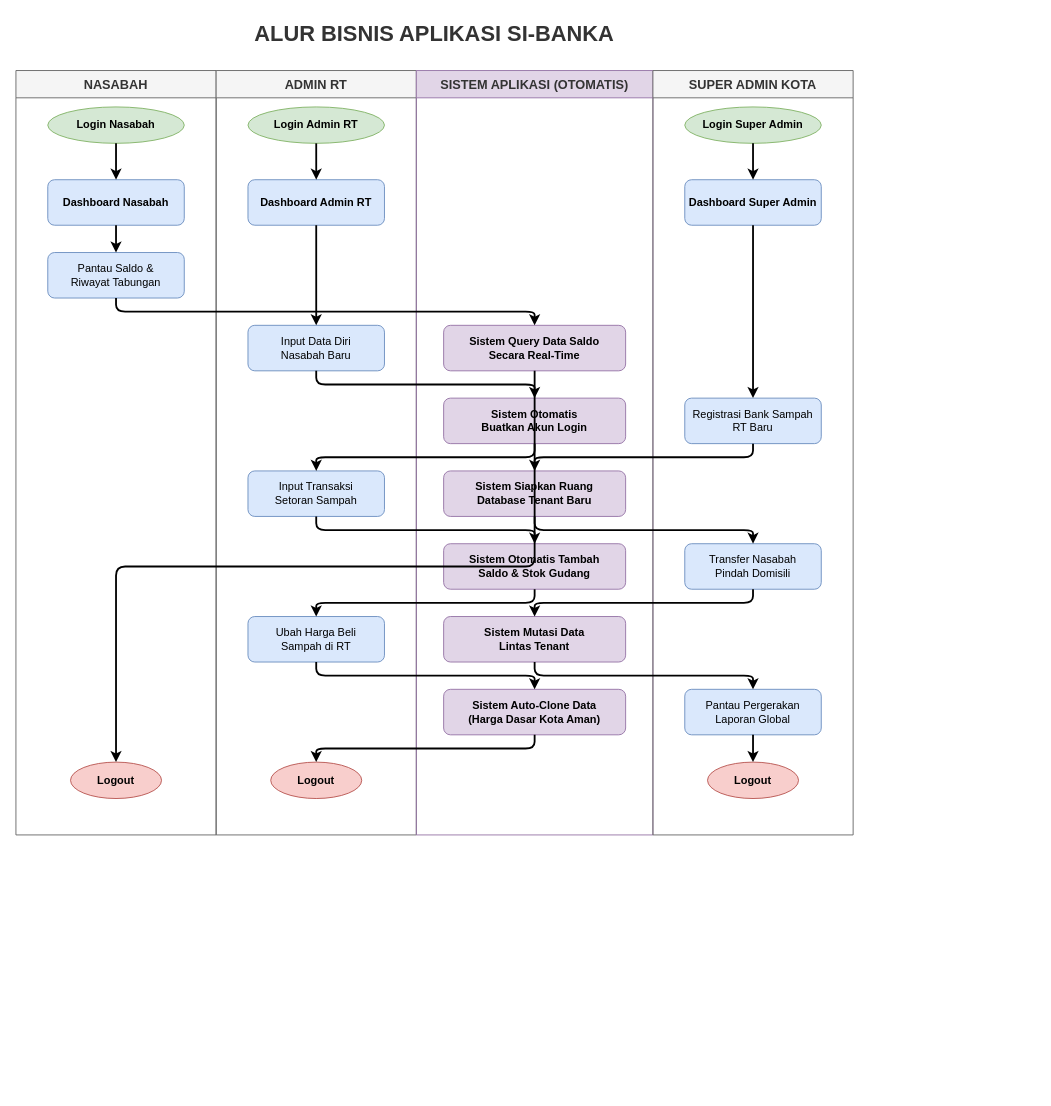
Before: si-banka-app-final/docs/swimlane/09_presentasi_high_level.drawio in GUSTIAN-VICKY/SI-BANKA, a draw.io diagram. Source tidied: cells renumbered, new cells numbered last; positions are measured from the earlier drawing's top-left corner, leaving out a move shared by most shapes. Both pictures are drawn from the tidied source at 91%, with x=0, y=0 at pixel (15, 15).
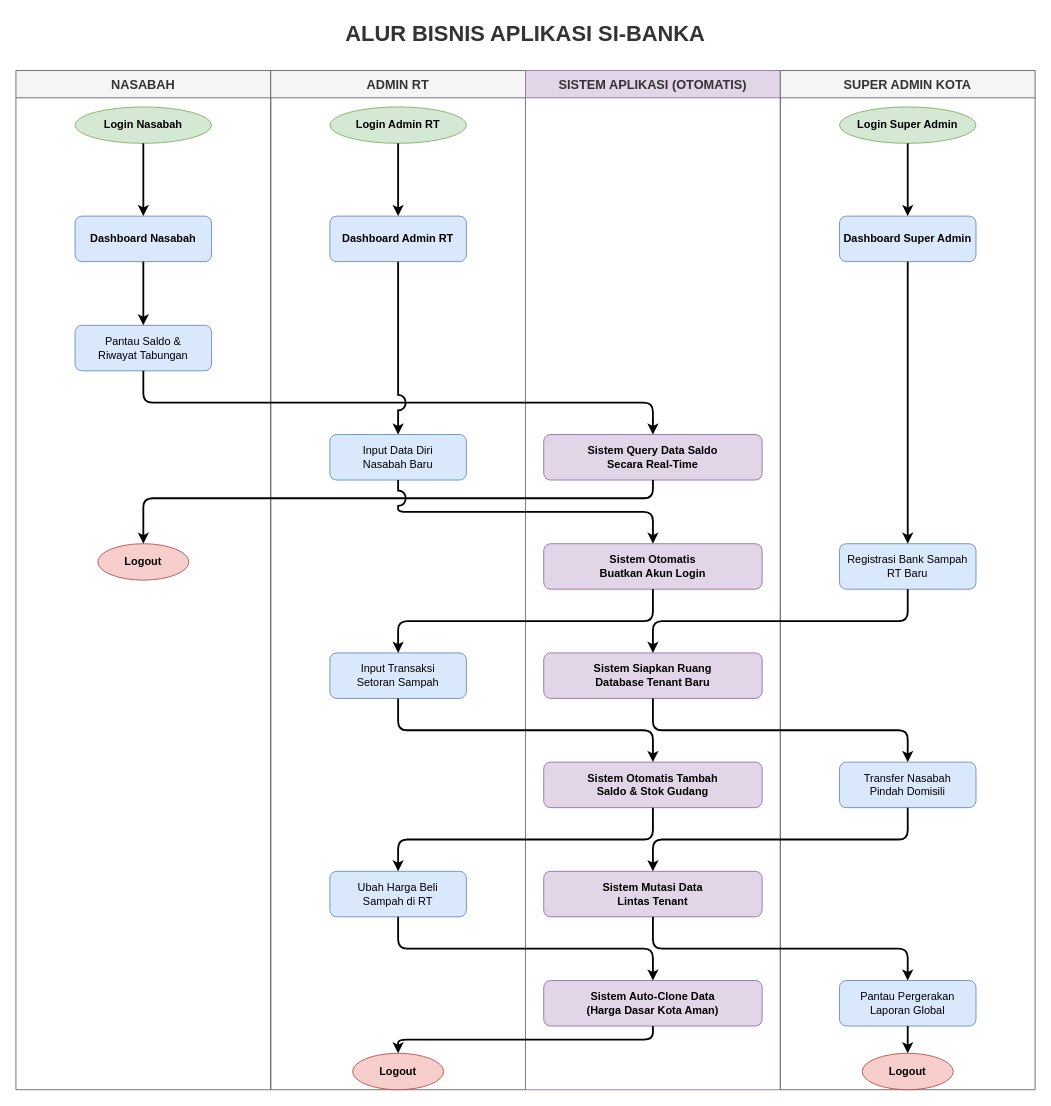
The same diagram, later.

Commit message:
docs: perlebar kolom dan tambah jumpStyle untuk mencegah tumpang tindih garis

Diff of the diagram source:
```diff
@@
     <mxCell id="2" value="&lt;font style=&quot;font-size: 24px;&quot;&gt;&lt;b&gt;ALUR BISNIS APLIKASI SI-BANKA&lt;/b&gt;&lt;/font&gt;" style="text;html=1;strokeColor=none;fillColor=none;align=center;verticalAlign=middle;whiteSpace=wrap;rounded=0;fontColor=#333333;" parent="1" vertex="1">
-      <mxGeometry width="920" height="40" as="geometry" />
+      <mxGeometry width="1120" height="40" as="geometry" />
     </mxCell>
     <mxCell id="3" value="NASABAH" style="swimlane;startSize=30;horizontal=1;fillColor=#f5f5f5;strokeColor=#666666;fontStyle=1;fontSize=14;fontColor=#333333;" parent="1" vertex="1">
-      <mxGeometry y="60" width="220" height="840" as="geometry" />
+      <mxGeometry y="60" width="280" height="1120" as="geometry" />
     </mxCell>
     <mxCell id="4" value="ADMIN RT" style="swimlane;startSize=30;horizontal=1;fillColor=#f5f5f5;strokeColor=#666666;fontStyle=1;fontSize=14;fontColor=#333333;" parent="1" vertex="1">
-      <mxGeometry x="220" y="60" width="220" height="840" as="geometry" />
+      <mxGeometry x="280" y="60" width="280" height="1120" as="geometry" />
     </mxCell>
     <mxCell id="5" value="SISTEM APLIKASI (OTOMATIS)" style="swimlane;startSize=30;horizontal=1;fillColor=#e1d5e7;strokeColor=#9673a6;fontStyle=1;fontSize=14;fontColor=#333333;" parent="1" vertex="1">
-      <mxGeometry x="440" y="60" width="260" height="840" as="geometry" />
+      <mxGeometry x="560" y="60" width="280" height="1120" as="geometry" />
     </mxCell>
     <mxCell id="6" value="SUPER ADMIN KOTA" style="swimlane;startSize=30;horizontal=1;fillColor=#f5f5f5;strokeColor=#666666;fontStyle=1;fontSize=14;fontColor=#333333;" parent="1" vertex="1">
-      <mxGeometry x="700" y="60" width="220" height="840" as="geometry" />
+      <mxGeometry x="840" y="60" width="280" height="1120" as="geometry" />
     </mxCell>
     <mxCell id="7" value="Login Nasabah" style="ellipse;whiteSpace=wrap;html=1;fillColor=#d5e8d4;strokeColor=#82b366;fontStyle=1;fontSize=12;fontColor=#000000;" parent="1" vertex="1">
-      <mxGeometry x="35" y="100" width="150" height="40" as="geometry" />
+      <mxGeometry x="65" y="100" width="150" height="40" as="geometry" />
     </mxCell>
     <mxCell id="8" value="Login Admin RT" style="ellipse;whiteSpace=wrap;html=1;fillColor=#d5e8d4;strokeColor=#82b366;fontStyle=1;fontSize=12;fontColor=#000000;" parent="1" vertex="1">
-      <mxGeometry x="255" y="100" width="150" height="40" as="geometry" />
+      <mxGeometry x="345" y="100" width="150" height="40" as="geometry" />
     </mxCell>
     <mxCell id="9" value="Login Super Admin" style="ellipse;whiteSpace=wrap;html=1;fillColor=#d5e8d4;strokeColor=#82b366;fontStyle=1;fontSize=12;fontColor=#000000;" parent="1" vertex="1">
-      <mxGeometry x="735" y="100" width="150" height="40" as="geometry" />
+      <mxGeometry x="905" y="100" width="150" height="40" as="geometry" />
     </mxCell>
     <mxCell id="10" value="Dashboard Nasabah" style="rounded=1;whiteSpace=wrap;html=1;fillColor=#dae8fc;strokeColor=#6c8ebf;fontStyle=1;fontColor=#000000;" parent="1" vertex="1">
-      <mxGeometry x="35" y="180" width="150" height="50" as="geometry" />
+      <mxGeometry x="65" y="220" width="150" height="50" as="geometry" />
     </mxCell>
     <mxCell id="11" value="Dashboard Admin RT" style="rounded=1;whiteSpace=wrap;html=1;fillColor=#dae8fc;strokeColor=#6c8ebf;fontStyle=1;fontColor=#000000;" parent="1" vertex="1">
-      <mxGeometry x="255" y="180" width="150" height="50" as="geometry" />
+      <mxGeometry x="345" y="220" width="150" height="50" as="geometry" />
     </mxCell>
     <mxCell id="12" value="Dashboard Super Admin" style="rounded=1;whiteSpace=wrap;html=1;fillColor=#dae8fc;strokeColor=#6c8ebf;fontStyle=1;fontColor=#000000;" parent="1" vertex="1">
-      <mxGeometry x="735" y="180" width="150" height="50" as="geometry" />
+      <mxGeometry x="905" y="220" width="150" height="50" as="geometry" />
     </mxCell>
     <mxCell id="13" value="Pantau Saldo &amp;&#10;Riwayat Tabungan" style="rounded=1;whiteSpace=wrap;html=1;fillColor=#dae8fc;strokeColor=#6c8ebf;fontColor=#000000;" parent="1" vertex="1">
-      <mxGeometry x="35" y="260" width="150" height="50" as="geometry" />
+      <mxGeometry x="65" y="340" width="150" height="50" as="geometry" />
     </mxCell>
     <mxCell id="14" value="Sistem Query Data Saldo&#10;Secara Real-Time" style="rounded=1;whiteSpace=wrap;html=1;fillColor=#e1d5e7;strokeColor=#9673a6;fontStyle=1;fontColor=#000000;" parent="1" vertex="1">
-      <mxGeometry x="470" y="340" width="200" height="50" as="geometry" />
+      <mxGeometry x="580" y="460" width="240" height="50" as="geometry" />
     </mxCell>
     <mxCell id="15" value="Input Data Diri&#10;Nasabah Baru" style="rounded=1;whiteSpace=wrap;html=1;fillColor=#dae8fc;strokeColor=#6c8ebf;fontColor=#000000;" parent="1" vertex="1">
-      <mxGeometry x="255" y="340" width="150" height="50" as="geometry" />
+      <mxGeometry x="345" y="460" width="150" height="50" as="geometry" />
     </mxCell>
     <mxCell id="16" value="Sistem Otomatis&#10;Buatkan Akun Login" style="rounded=1;whiteSpace=wrap;html=1;fillColor=#e1d5e7;strokeColor=#9673a6;fontStyle=1;fontColor=#000000;" parent="1" vertex="1">
-      <mxGeometry x="470" y="420" width="200" height="50" as="geometry" />
+      <mxGeometry x="580" y="580" width="240" height="50" as="geometry" />
     </mxCell>
     <mxCell id="17" value="Registrasi Bank Sampah&#10;RT Baru" style="rounded=1;whiteSpace=wrap;html=1;fillColor=#dae8fc;strokeColor=#6c8ebf;fontColor=#000000;" parent="1" vertex="1">
-      <mxGeometry x="735" y="420" width="150" height="50" as="geometry" />
+      <mxGeometry x="905" y="580" width="150" height="50" as="geometry" />
     </mxCell>
+    <mxCell id="26" value="Logout" style="ellipse;whiteSpace=wrap;html=1;fillColor=#f8cecc;strokeColor=#b85450;fontStyle=1;fontColor=#000000;" parent="1" vertex="1">
+      <mxGeometry x="90" y="580" width="100" height="40" as="geometry" />
+    </mxCell>
     <mxCell id="18" value="Input Transaksi&#10;Setoran Sampah" style="rounded=1;whiteSpace=wrap;html=1;fillColor=#dae8fc;strokeColor=#6c8ebf;fontColor=#000000;" parent="1" vertex="1">
-      <mxGeometry x="255" y="500" width="150" height="50" as="geometry" />
+      <mxGeometry x="345" y="700" width="150" height="50" as="geometry" />
     </mxCell>
     <mxCell id="19" value="Sistem Siapkan Ruang&#10;Database Tenant Baru" style="rounded=1;whiteSpace=wrap;html=1;fillColor=#e1d5e7;strokeColor=#9673a6;fontStyle=1;fontColor=#000000;" parent="1" vertex="1">
-      <mxGeometry x="470" y="500" width="200" height="50" as="geometry" />
+      <mxGeometry x="580" y="700" width="240" height="50" as="geometry" />
     </mxCell>
     <mxCell id="20" value="Sistem Otomatis Tambah&#10;Saldo &amp; Stok Gudang" style="rounded=1;whiteSpace=wrap;html=1;fillColor=#e1d5e7;strokeColor=#9673a6;fontStyle=1;fontColor=#000000;" parent="1" vertex="1">
-      <mxGeometry x="470" y="580" width="200" height="50" as="geometry" />
+      <mxGeometry x="580" y="820" width="240" height="50" as="geometry" />
     </mxCell>
     <mxCell id="21" value="Transfer Nasabah&#10;Pindah Domisili" style="rounded=1;whiteSpace=wrap;html=1;fillColor=#dae8fc;strokeColor=#6c8ebf;fontColor=#000000;" parent="1" vertex="1">
-      <mxGeometry x="735" y="580" width="150" height="50" as="geometry" />
+      <mxGeometry x="905" y="820" width="150" height="50" as="geometry" />
     </mxCell>
     <mxCell id="22" value="Ubah Harga Beli&#10;Sampah di RT" style="rounded=1;whiteSpace=wrap;html=1;fillColor=#dae8fc;strokeColor=#6c8ebf;fontColor=#000000;" parent="1" vertex="1">
-      <mxGeometry x="255" y="660" width="150" height="50" as="geometry" />
+      <mxGeometry x="345" y="940" width="150" height="50" as="geometry" />
     </mxCell>
     <mxCell id="23" value="Sistem Mutasi Data&#10;Lintas Tenant" style="rounded=1;whiteSpace=wrap;html=1;fillColor=#e1d5e7;strokeColor=#9673a6;fontStyle=1;fontColor=#000000;" parent="1" vertex="1">
-      <mxGeometry x="470" y="660" width="200" height="50" as="geometry" />
+      <mxGeometry x="580" y="940" width="240" height="50" as="geometry" />
     </mxCell>
     <mxCell id="24" value="Sistem Auto-Clone Data&#10;(Harga Dasar Kota Aman)" style="rounded=1;whiteSpace=wrap;html=1;fillColor=#e1d5e7;strokeColor=#9673a6;fontStyle=1;fontColor=#000000;" parent="1" vertex="1">
-      <mxGeometry x="470" y="740" width="200" height="50" as="geometry" />
+      <mxGeometry x="580" y="1060" width="240" height="50" as="geometry" />
     </mxCell>
     <mxCell id="25" value="Pantau Pergerakan&#10;Laporan Global" style="rounded=1;whiteSpace=wrap;html=1;fillColor=#dae8fc;strokeColor=#6c8ebf;fontColor=#000000;" parent="1" vertex="1">
-      <mxGeometry x="735" y="740" width="150" height="50" as="geometry" />
+      <mxGeometry x="905" y="1060" width="150" height="50" as="geometry" />
     </mxCell>
-    <mxCell id="26" value="Logout" style="ellipse;whiteSpace=wrap;html=1;fillColor=#f8cecc;strokeColor=#b85450;fontStyle=1;fontColor=#000000;" parent="1" vertex="1">
-      <mxGeometry x="60" y="820" width="100" height="40" as="geometry" />
-    </mxCell>
     <mxCell id="27" value="Logout" style="ellipse;whiteSpace=wrap;html=1;fillColor=#f8cecc;strokeColor=#b85450;fontStyle=1;fontColor=#000000;" parent="1" vertex="1">
-      <mxGeometry x="280" y="820" width="100" height="40" as="geometry" />
+      <mxGeometry x="370" y="1140" width="100" height="40" as="geometry" />
     </mxCell>
     <mxCell id="28" value="Logout" style="ellipse;whiteSpace=wrap;html=1;fillColor=#f8cecc;strokeColor=#b85450;fontStyle=1;fontColor=#000000;" parent="1" vertex="1">
-      <mxGeometry x="760" y="820" width="100" height="40" as="geometry" />
+      <mxGeometry x="930" y="1140" width="100" height="40" as="geometry" />
     </mxCell>
-    <mxCell id="29" style="edgeStyle=orthogonalEdgeStyle;rounded=1;strokeWidth=2;exitX=0.5;exitY=1;entryX=0.5;entryY=0;" parent="1" edge="1" source="7" target="10">
+    <mxCell id="29" style="edgeStyle=orthogonalEdgeStyle;jumpStyle=arc;jumpSize=15;rounded=1;strokeWidth=2;exitX=0.5;exitY=1;entryX=0.5;entryY=0;" parent="1" edge="1" source="7" target="10">
       <mxGeometry relative="1" as="geometry" />
     </mxCell>
-    <mxCell id="30" style="edgeStyle=orthogonalEdgeStyle;rounded=1;strokeWidth=2;exitX=0.5;exitY=1;entryX=0.5;entryY=0;" parent="1" edge="1" source="8" target="11">
+    <mxCell id="30" style="edgeStyle=orthogonalEdgeStyle;jumpStyle=arc;jumpSize=15;rounded=1;strokeWidth=2;exitX=0.5;exitY=1;entryX=0.5;entryY=0;" parent="1" edge="1" source="8" target="11">
       <mxGeometry relative="1" as="geometry" />
     </mxCell>
-    <mxCell id="31" style="edgeStyle=orthogonalEdgeStyle;rounded=1;strokeWidth=2;exitX=0.5;exitY=1;entryX=0.5;entryY=0;" parent="1" edge="1" source="9" target="12">
+    <mxCell id="31" style="edgeStyle=orthogonalEdgeStyle;jumpStyle=arc;jumpSize=15;rounded=1;strokeWidth=2;exitX=0.5;exitY=1;entryX=0.5;entryY=0;" parent="1" edge="1" source="9" target="12">
       <mxGeometry relative="1" as="geometry" />
     </mxCell>
-    <mxCell id="32" style="edgeStyle=orthogonalEdgeStyle;rounded=1;strokeWidth=2;exitX=0.5;exitY=1;entryX=0.5;entryY=0;" parent="1" edge="1" source="10" target="13">
+    <mxCell id="32" style="edgeStyle=orthogonalEdgeStyle;jumpStyle=arc;jumpSize=15;rounded=1;strokeWidth=2;exitX=0.5;exitY=1;entryX=0.5;entryY=0;" parent="1" edge="1" source="10" target="13">
       <mxGeometry relative="1" as="geometry" />
     </mxCell>
-    <mxCell id="33" style="edgeStyle=orthogonalEdgeStyle;rounded=1;strokeWidth=2;exitX=0.5;exitY=1;entryX=0.5;entryY=0;" parent="1" edge="1" source="13" target="14">
+    <mxCell id="33" style="edgeStyle=orthogonalEdgeStyle;jumpStyle=arc;jumpSize=15;rounded=1;strokeWidth=2;exitX=0.5;exitY=1;entryX=0.5;entryY=0;" parent="1" edge="1" source="13" target="14">
       <mxGeometry relative="1" as="geometry" />
     </mxCell>
-    <mxCell id="34" style="edgeStyle=orthogonalEdgeStyle;rounded=1;strokeWidth=2;exitX=0.5;exitY=1;entryX=0.5;entryY=0;" parent="1" edge="1" source="14" target="26">
-      <mxGeometry relative="1" as="geometry" />
+    <mxCell id="34" style="edgeStyle=orthogonalEdgeStyle;jumpStyle=arc;jumpSize=15;rounded=1;strokeWidth=2;exitX=0.5;exitY=1;entryX=0.5;entryY=0;" parent="1" edge="1" source="14" target="26">
+      <mxGeometry relative="1" as="geometry">
+        <Array as="points">
+          <mxPoint x="700" y="530" />
+          <mxPoint x="140" y="530" />
+        </Array>
+      </mxGeometry>
     </mxCell>
-    <mxCell id="35" style="edgeStyle=orthogonalEdgeStyle;rounded=1;strokeWidth=2;exitX=0.5;exitY=1;entryX=0.5;entryY=0;" parent="1" edge="1" source="11" target="15">
+    <mxCell id="35" style="edgeStyle=orthogonalEdgeStyle;jumpStyle=arc;jumpSize=15;rounded=1;strokeWidth=2;exitX=0.5;exitY=1;entryX=0.5;entryY=0;" parent="1" edge="1" source="11" target="15">
       <mxGeometry relative="1" as="geometry" />
     </mxCell>
-    <mxCell id="36" style="edgeStyle=orthogonalEdgeStyle;rounded=1;strokeWidth=2;exitX=0.5;exitY=1;entryX=0.5;entryY=0;" parent="1" edge="1" source="15" target="16">
+    <mxCell id="36" style="edgeStyle=orthogonalEdgeStyle;jumpStyle=arc;jumpSize=15;rounded=1;strokeWidth=2;exitX=0.5;exitY=1;entryX=0.5;entryY=0;" parent="1" edge="1" source="15" target="16">
       <mxGeometry relative="1" as="geometry" />
     </mxCell>
-    <mxCell id="37" style="edgeStyle=orthogonalEdgeStyle;rounded=1;strokeWidth=2;exitX=0.5;exitY=1;entryX=0.5;entryY=0;" parent="1" edge="1" source="16" target="18">
+    <mxCell id="37" style="edgeStyle=orthogonalEdgeStyle;jumpStyle=arc;jumpSize=15;rounded=1;strokeWidth=2;exitX=0.5;exitY=1;entryX=0.5;entryY=0;" parent="1" edge="1" source="16" target="18">
       <mxGeometry relative="1" as="geometry" />
     </mxCell>
-    <mxCell id="38" style="edgeStyle=orthogonalEdgeStyle;rounded=1;strokeWidth=2;exitX=0.5;exitY=1;entryX=0.5;entryY=0;" parent="1" edge="1" source="18" target="20">
+    <mxCell id="38" style="edgeStyle=orthogonalEdgeStyle;jumpStyle=arc;jumpSize=15;rounded=1;strokeWidth=2;exitX=0.5;exitY=1;entryX=0.5;entryY=0;" parent="1" edge="1" source="18" target="20">
       <mxGeometry relative="1" as="geometry" />
     </mxCell>
-    <mxCell id="39" style="edgeStyle=orthogonalEdgeStyle;rounded=1;strokeWidth=2;exitX=0.5;exitY=1;entryX=0.5;entryY=0;" parent="1" edge="1" source="20" target="22">
+    <mxCell id="39" style="edgeStyle=orthogonalEdgeStyle;jumpStyle=arc;jumpSize=15;rounded=1;strokeWidth=2;exitX=0.5;exitY=1;entryX=0.5;entryY=0;" parent="1" edge="1" source="20" target="22">
       <mxGeometry relative="1" as="geometry" />
     </mxCell>
-    <mxCell id="40" style="edgeStyle=orthogonalEdgeStyle;rounded=1;strokeWidth=2;exitX=0.5;exitY=1;entryX=0.5;entryY=0;" parent="1" edge="1" source="22" target="24">
+    <mxCell id="40" style="edgeStyle=orthogonalEdgeStyle;jumpStyle=arc;jumpSize=15;rounded=1;strokeWidth=2;exitX=0.5;exitY=1;entryX=0.5;entryY=0;" parent="1" edge="1" source="22" target="24">
       <mxGeometry relative="1" as="geometry" />
     </mxCell>
-    <mxCell id="41" style="edgeStyle=orthogonalEdgeStyle;rounded=1;strokeWidth=2;exitX=0.5;exitY=1;entryX=0.5;entryY=0;" parent="1" edge="1" source="24" target="27">
+    <mxCell id="41" style="edgeStyle=orthogonalEdgeStyle;jumpStyle=arc;jumpSize=15;rounded=1;strokeWidth=2;exitX=0.5;exitY=1;entryX=0.5;entryY=0;" parent="1" edge="1" source="24" target="27">
       <mxGeometry relative="1" as="geometry" />
     </mxCell>
-    <mxCell id="42" style="edgeStyle=orthogonalEdgeStyle;rounded=1;strokeWidth=2;exitX=0.5;exitY=1;entryX=0.5;entryY=0;" parent="1" edge="1" source="12" target="17">
+    <mxCell id="42" style="edgeStyle=orthogonalEdgeStyle;jumpStyle=arc;jumpSize=15;rounded=1;strokeWidth=2;exitX=0.5;exitY=1;entryX=0.5;entryY=0;" parent="1" edge="1" source="12" target="17">
       <mxGeometry relative="1" as="geometry" />
     </mxCell>
-    <mxCell id="43" style="edgeStyle=orthogonalEdgeStyle;rounded=1;strokeWidth=2;exitX=0.5;exitY=1;entryX=0.5;entryY=0;" parent="1" edge="1" source="17" target="19">
+    <mxCell id="43" style="edgeStyle=orthogonalEdgeStyle;jumpStyle=arc;jumpSize=15;rounded=1;strokeWidth=2;exitX=0.5;exitY=1;entryX=0.5;entryY=0;" parent="1" edge="1" source="17" target="19">
       <mxGeometry relative="1" as="geometry" />
     </mxCell>
-    <mxCell id="44" style="edgeStyle=orthogonalEdgeStyle;rounded=1;strokeWidth=2;exitX=0.5;exitY=1;entryX=0.5;entryY=0;" parent="1" edge="1" source="19" target="21">
+    <mxCell id="44" style="edgeStyle=orthogonalEdgeStyle;jumpStyle=arc;jumpSize=15;rounded=1;strokeWidth=2;exitX=0.5;exitY=1;entryX=0.5;entryY=0;" parent="1" edge="1" source="19" target="21">
       <mxGeometry relative="1" as="geometry" />
     </mxCell>
-    <mxCell id="45" style="edgeStyle=orthogonalEdgeStyle;rounded=1;strokeWidth=2;exitX=0.5;exitY=1;entryX=0.5;entryY=0;" parent="1" edge="1" source="21" target="23">
+    <mxCell id="45" style="edgeStyle=orthogonalEdgeStyle;jumpStyle=arc;jumpSize=15;rounded=1;strokeWidth=2;exitX=0.5;exitY=1;entryX=0.5;entryY=0;" parent="1" edge="1" source="21" target="23">
       <mxGeometry relative="1" as="geometry" />
     </mxCell>
-    <mxCell id="46" style="edgeStyle=orthogonalEdgeStyle;rounded=1;strokeWidth=2;exitX=0.5;exitY=1;entryX=0.5;entryY=0;" parent="1" edge="1" source="23" target="25">
+    <mxCell id="46" style="edgeStyle=orthogonalEdgeStyle;jumpStyle=arc;jumpSize=15;rounded=1;strokeWidth=2;exitX=0.5;exitY=1;entryX=0.5;entryY=0;" parent="1" edge="1" source="23" target="25">
       <mxGeometry relative="1" as="geometry" />
     </mxCell>
-    <mxCell id="47" style="edgeStyle=orthogonalEdgeStyle;rounded=1;strokeWidth=2;exitX=0.5;exitY=1;entryX=0.5;entryY=0;" parent="1" edge="1" source="25" target="28">
+    <mxCell id="47" style="edgeStyle=orthogonalEdgeStyle;jumpStyle=arc;jumpSize=15;rounded=1;strokeWidth=2;exitX=0.5;exitY=1;entryX=0.5;entryY=0;" parent="1" edge="1" source="25" target="28">
       <mxGeometry relative="1" as="geometry" />
     </mxCell>
```
